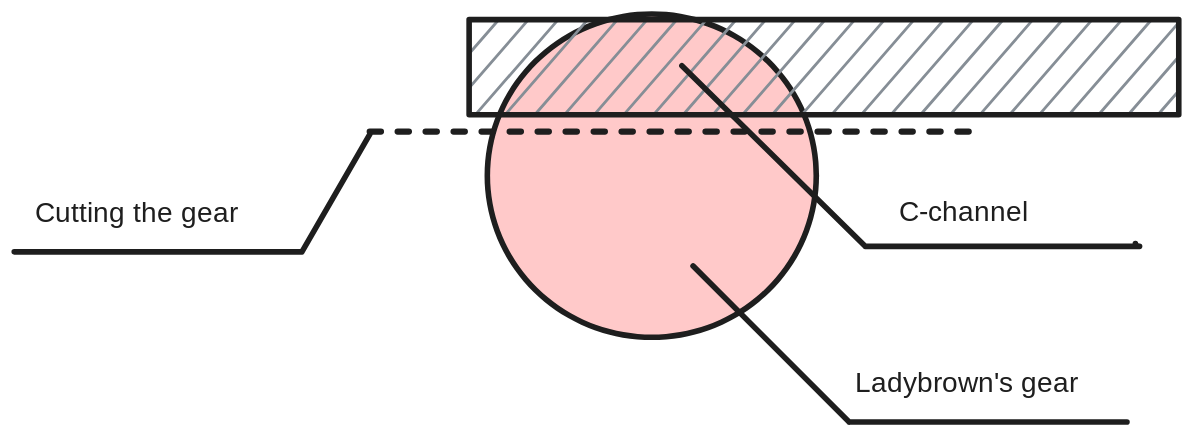
Earlier version of the Excalidraw export entries/ladybrown-1/build/24-11-8-4.excalidraw.svg (Area-53-Robotics/53D-High-Stakes-Notebook). Source tidied: one line per element, renumbered; positions are measured from the earlier drawing's top-left corner, leaving out a move shared by most shapes. Source of this version:
```json
{"id": 0, "type": "ellipse", "strokeColor": "#1e1e1e", "backgroundColor": "#ffc9c9", "fillStyle": "solid", "strokeWidth": 4, "roughness": 0, "x": 338, "y": 0, "width": 235, "height": 231}
{"id": 1, "type": "rectangle", "strokeColor": "#1e1e1e", "backgroundColor": "#868e96", "fillStyle": "hachure", "strokeWidth": 4, "roughness": 0, "x": 325, "y": 4, "width": 507, "height": 68}
{"id": 2, "type": "line", "strokeColor": "#1e1e1e", "backgroundColor": "#868e96", "fillStyle": "hachure", "strokeWidth": 4, "strokeStyle": "dashed", "roughness": 0, "x": 254, "y": 84, "width": 439, "height": 0, "points": [[0, 0], [439, 0]]}
{"id": 3, "type": "line", "strokeColor": "#1e1e1e", "backgroundColor": "#868e96", "fillStyle": "hachure", "strokeWidth": 4, "roughness": 0, "x": 477, "y": 37, "width": 327, "height": 129, "points": [[0, 0], [131, 129], [327, 129], [324, 128], [324, 127]]}
{"id": 4, "type": "text", "text": "C-channel", "strokeColor": "#1e1e1e", "backgroundColor": "#868e96", "fillStyle": "hachure", "strokeWidth": 4, "roughness": 0, "fontSize": 20, "fontFamily": 1, "x": 632, "y": 130, "width": 89, "height": 25}
{"id": 5, "type": "line", "strokeColor": "#1e1e1e", "backgroundColor": "#868e96", "fillStyle": "hachure", "strokeWidth": 4, "roughness": 0, "x": 485, "y": 180, "width": 310, "height": 112, "points": [[0, 0], [112, 112], [310, 112]]}
{"id": 6, "type": "text", "text": "Ladybrown's gear", "strokeColor": "#1e1e1e", "backgroundColor": "#868e96", "fillStyle": "hachure", "strokeWidth": 4, "roughness": 0, "fontSize": 20, "fontFamily": 1, "x": 601, "y": 252, "width": 167, "height": 25}
{"id": 7, "type": "line", "strokeColor": "#1e1e1e", "backgroundColor": "#868e96", "fillStyle": "hachure", "strokeWidth": 4, "roughness": 0, "x": 254, "y": 86, "width": 254, "height": 84, "points": [[0, 0], [-48, 84], [-254, 84]]}
{"id": 8, "type": "text", "text": "Cutting the gear", "strokeColor": "#1e1e1e", "backgroundColor": "#868e96", "fillStyle": "hachure", "strokeWidth": 4, "roughness": 0, "fontSize": 20, "fontFamily": 1, "x": 15, "y": 131, "width": 166, "height": 25}
```
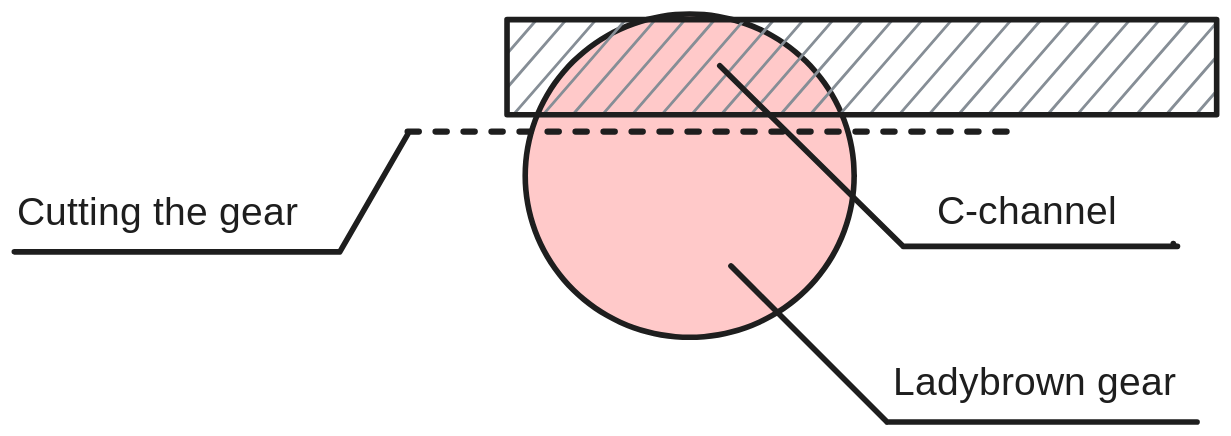
Above is the later version.

Change to the diagram source:
```diff
@@ -2,8 +2,8 @@
 {"id": 1, "type": "rectangle", "strokeColor": "#1e1e1e", "backgroundColor": "#868e96", "fillStyle": "hachure", "strokeWidth": 4, "roughness": 0, "x": 325, "y": 4, "width": 507, "height": 68}
 {"id": 2, "type": "line", "strokeColor": "#1e1e1e", "backgroundColor": "#868e96", "fillStyle": "hachure", "strokeWidth": 4, "strokeStyle": "dashed", "roughness": 0, "x": 254, "y": 84, "width": 439, "height": 0, "points": [[0, 0], [439, 0]]}
 {"id": 3, "type": "line", "strokeColor": "#1e1e1e", "backgroundColor": "#868e96", "fillStyle": "hachure", "strokeWidth": 4, "roughness": 0, "x": 477, "y": 37, "width": 327, "height": 129, "points": [[0, 0], [131, 129], [327, 129], [324, 128], [324, 127]]}
-{"id": 4, "type": "text", "text": "C-channel", "strokeColor": "#1e1e1e", "backgroundColor": "#868e96", "fillStyle": "hachure", "strokeWidth": 4, "roughness": 0, "fontSize": 20, "fontFamily": 1, "x": 632, "y": 130, "width": 89, "height": 25}
+{"id": 4, "type": "text", "text": "C-channel", "strokeColor": "#1e1e1e", "backgroundColor": "#868e96", "fillStyle": "hachure", "strokeWidth": 4, "roughness": 0, "fontSize": 28, "fontFamily": 1, "x": 632, "y": 125, "width": 125, "height": 35}
-{"id": 5, "type": "line", "strokeColor": "#1e1e1e", "backgroundColor": "#868e96", "fillStyle": "hachure", "strokeWidth": 4, "roughness": 0, "x": 485, "y": 180, "width": 310, "height": 112, "points": [[0, 0], [112, 112], [310, 112]]}
+{"id": 5, "type": "line", "strokeColor": "#1e1e1e", "backgroundColor": "#868e96", "fillStyle": "hachure", "strokeWidth": 4, "roughness": 0, "x": 485, "y": 180, "width": 333, "height": 112, "points": [[0, 0], [112, 112], [333, 112]]}
-{"id": 6, "type": "text", "text": "Ladybrown's gear", "strokeColor": "#1e1e1e", "backgroundColor": "#868e96", "fillStyle": "hachure", "strokeWidth": 4, "roughness": 0, "fontSize": 20, "fontFamily": 1, "x": 601, "y": 252, "width": 167, "height": 25}
+{"id": 6, "type": "text", "text": "Ladybrown gear", "strokeColor": "#1e1e1e", "backgroundColor": "#868e96", "fillStyle": "hachure", "strokeWidth": 4, "roughness": 0, "fontSize": 28, "fontFamily": 1, "x": 601, "y": 247, "width": 210, "height": 35}
-{"id": 7, "type": "line", "strokeColor": "#1e1e1e", "backgroundColor": "#868e96", "fillStyle": "hachure", "strokeWidth": 4, "roughness": 0, "x": 254, "y": 86, "width": 254, "height": 84, "points": [[0, 0], [-48, 84], [-254, 84]]}
+{"id": 7, "type": "line", "strokeColor": "#1e1e1e", "backgroundColor": "#868e96", "fillStyle": "hachure", "strokeWidth": 4, "roughness": 0, "x": 254, "y": 86, "width": 281, "height": 84, "points": [[0, 0], [-48, 84], [-281, 84]]}
-{"id": 8, "type": "text", "text": "Cutting the gear", "strokeColor": "#1e1e1e", "backgroundColor": "#868e96", "fillStyle": "hachure", "strokeWidth": 4, "roughness": 0, "fontSize": 20, "fontFamily": 1, "x": 15, "y": 131, "width": 166, "height": 25}
+{"id": 8, "type": "text", "text": "Cutting the gear", "strokeColor": "#1e1e1e", "backgroundColor": "#868e96", "fillStyle": "hachure", "strokeWidth": 4, "roughness": 0, "fontSize": 28, "fontFamily": 1, "x": -25, "y": 126, "width": 232, "height": 35}
```
